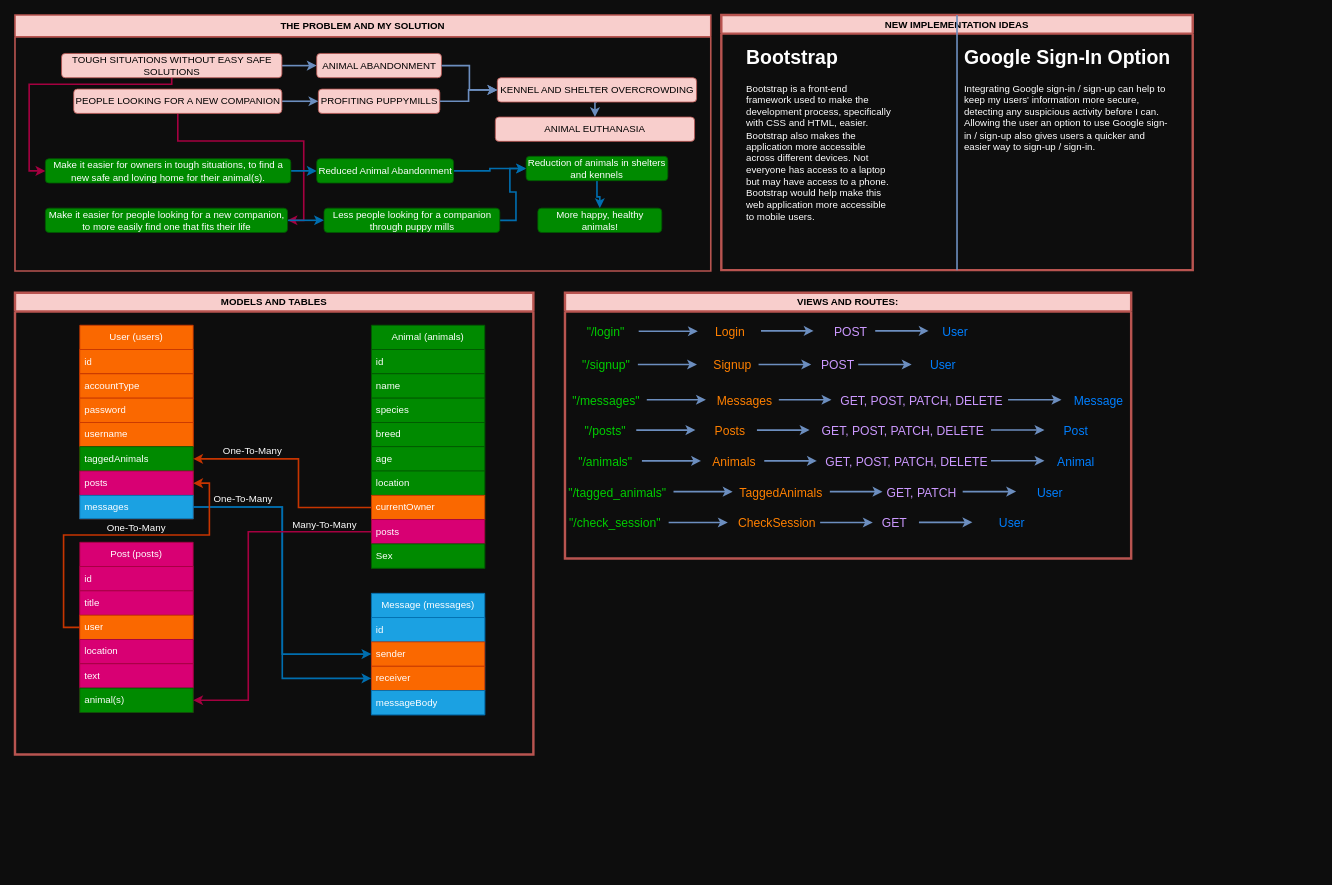
Before: Untitled Diagram.drawio in kammau/Animal-Share, a draw.io diagram. Source tidied: cells renumbered, new cells numbered last; positions are measured from the earlier drawing's top-left corner, leaving out a move shared by most shapes. Both pictures are drawn from the tidied source at 81%, with x=0, y=0 at pixel (15, 15).
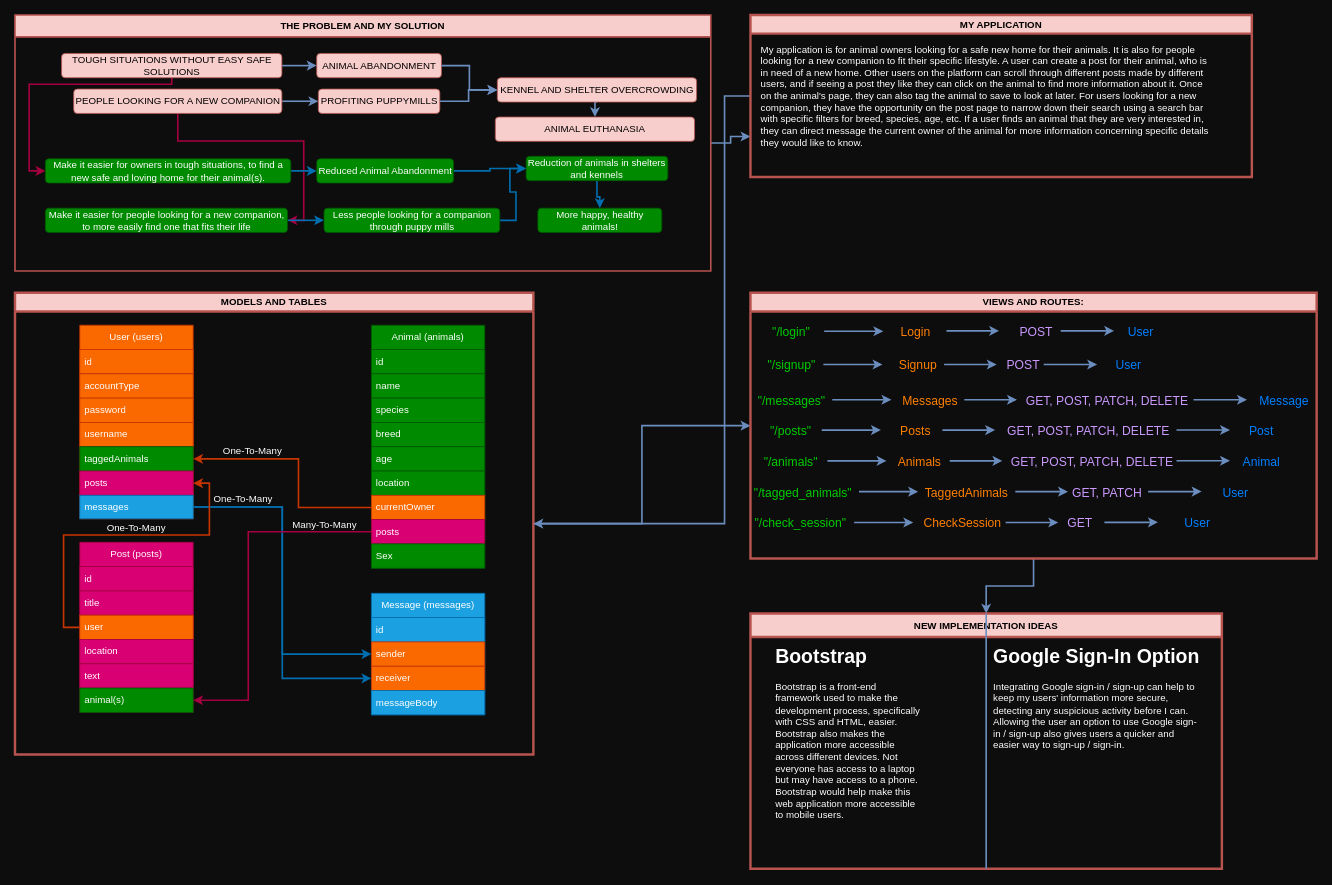
Above is the later version.

The change refers to these unchanged cells:
```xml
<mxCell id="2" value="MODELS AND TABLES" style="swimlane;whiteSpace=wrap;html=1;fillColor=#f8cecc;strokeColor=#b85450;rounded=0;strokeWidth=3;" parent="1" vertex="1">
  <mxGeometry y="343" width="640" height="570" as="geometry" />
</mxCell>
<mxCell id="95" value="THE PROBLEM AND MY SOLUTION" style="swimlane;whiteSpace=wrap;html=1;fillColor=#f8cecc;strokeColor=#b85450;strokeWidth=2;startSize=27;" parent="1" vertex="1">
  <mxGeometry width="859" height="316" as="geometry" />
</mxCell>
```

Diff of the diagram source:
```diff
@@
+    <mxCell id="122" style="edgeStyle=orthogonalEdgeStyle;rounded=0;jettySize=auto;html=1;entryX=0;entryY=0.5;entryDx=0;entryDy=0;fillColor=#dae8fc;strokeColor=#6c8ebf;strokeWidth=2;" parent="1" edge="1" source="2" target="42">
+      <mxGeometry relative="1" as="geometry" />
+    </mxCell>
@@
+    <mxCell id="123" style="edgeStyle=orthogonalEdgeStyle;rounded=0;jettySize=auto;html=1;entryX=0.5;entryY=0;entryDx=0;entryDy=0;fillColor=#dae8fc;strokeColor=#6c8ebf;strokeWidth=2;" parent="1" edge="1" source="42" target="92">
+      <mxGeometry relative="1" as="geometry" />
+    </mxCell>
     <mxCell id="42" value="VIEWS AND ROUTES:" style="swimlane;whiteSpace=wrap;html=1;fillColor=#f8cecc;strokeColor=#b85450;strokeWidth=3;" parent="1" vertex="1">
-      <mxGeometry x="679" y="343" width="699" height="328" as="geometry" />
+      <mxGeometry x="908" y="343" width="699" height="328" as="geometry" />
     </mxCell>
@@
-    <mxCell id="92" value="NEW IMPLEMENTATION IDEAS" style="swimlane;whiteSpace=wrap;html=1;fillColor=#f8cecc;strokeColor=#b85450;strokeWidth=3;fontColor=#000000;" parent="1" vertex="1">
-      <mxGeometry x="872" width="582" height="315" as="geometry" />
+    <mxCell id="92" value="NEW IMPLEMENTATION IDEAS" style="swimlane;whiteSpace=wrap;html=1;fillColor=#f8cecc;strokeColor=#b85450;strokeWidth=3;fontColor=#000000;startSize=29;" parent="1" vertex="1">
+      <mxGeometry x="908" y="739" width="582" height="315" as="geometry" />
     </mxCell>
@@
+    <mxCell id="124" style="edgeStyle=orthogonalEdgeStyle;rounded=0;jettySize=auto;html=1;exitX=1;exitY=0.5;exitDx=0;exitDy=0;entryX=0;entryY=0.75;entryDx=0;entryDy=0;strokeWidth=2;fillColor=#dae8fc;strokeColor=#6c8ebf;" parent="1" edge="1" source="95" target="126">
+      <mxGeometry relative="1" as="geometry" />
+    </mxCell>
@@
+    <mxCell id="125" style="edgeStyle=orthogonalEdgeStyle;rounded=0;jettySize=auto;html=1;entryX=1;entryY=0.5;entryDx=0;entryDy=0;fillColor=#dae8fc;strokeColor=#6c8ebf;strokeWidth=2;" parent="1" edge="1" source="126" target="2">
+      <mxGeometry relative="1" as="geometry">
+        <Array as="points">
+          <mxPoint x="876" y="100" />
+          <mxPoint x="876" y="628" />
+        </Array>
+      </mxGeometry>
+    </mxCell>
+    <mxCell id="126" value="MY APPLICATION" style="swimlane;whiteSpace=wrap;html=1;fillColor=#f8cecc;strokeColor=#b85450;strokeWidth=3;" parent="1" vertex="1">
+      <mxGeometry x="908" width="619" height="200" as="geometry" />
+    </mxCell>
+    <mxCell id="127" value="My application is for animal owners looking for a safe new home for their animals. It is also for people looking for a new companion to fit their specific lifestyle. A user can create a post for their animal, who is in need of a new home. Other users on the platform can scroll through different posts made by different users, and if seeing a post they like they can click on the animal to find more information about it. Once on the animal's page, they can also tag the animal to save to look at later. For users looking for a new companion, they have the opportunity on the post page to narrow down their search using a search bar with specific filters for breed, species, age, etc. If a user finds an animal that they are very interested in, they can direct message the current owner of the animal for more information concerning specific details they would like to know." style="text;html=1;strokeColor=none;fillColor=none;align=left;verticalAlign=middle;whiteSpace=wrap;rounded=0;fontColor=#FFFFFF;" parent="126" vertex="1">
+      <mxGeometry x="11" y="85" width="561" height="30" as="geometry" />
+    </mxCell>
```
